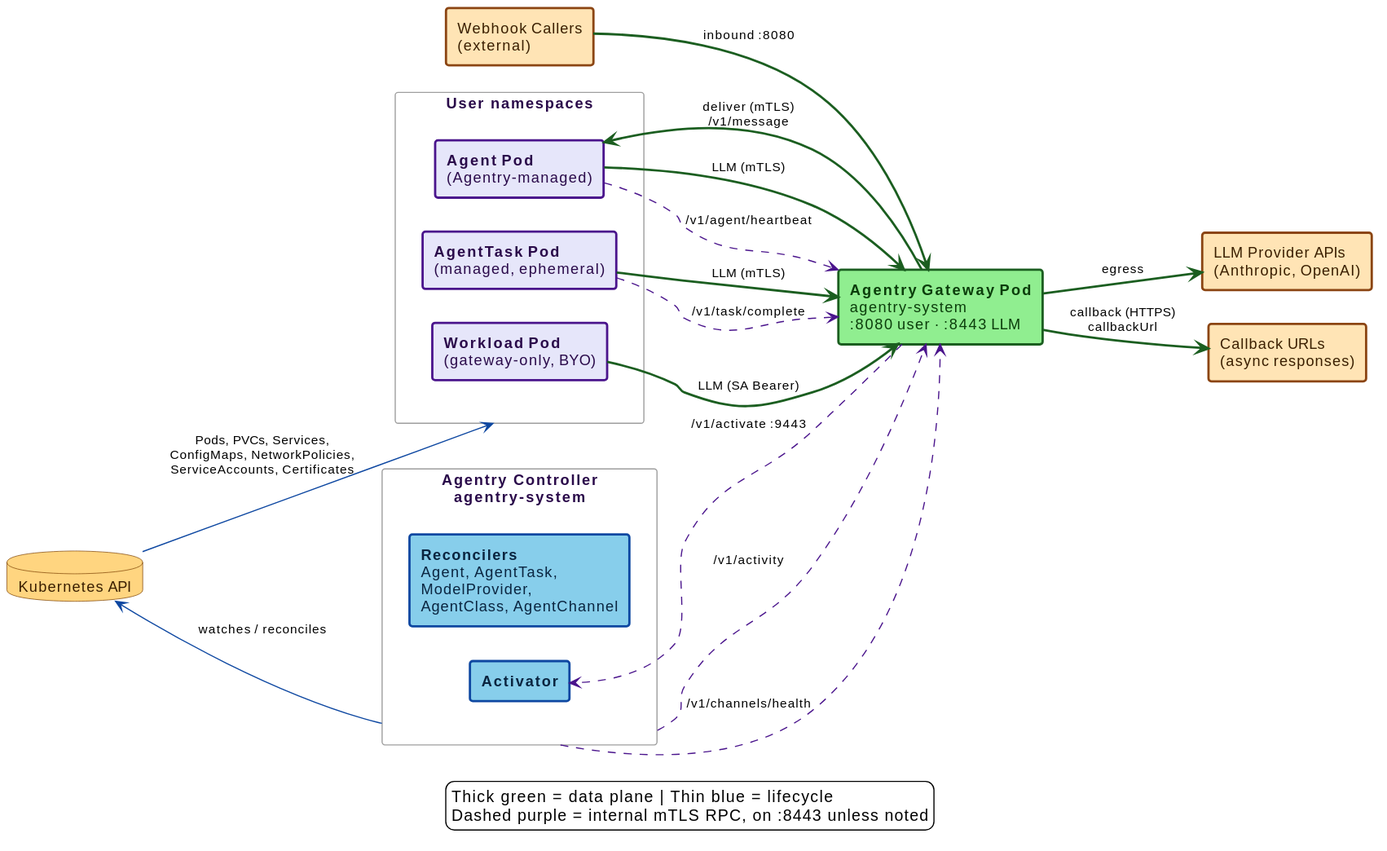
win07xp/kaalm keeps this PlantUML diagram as docs/src/diagrams/system-topology.svg. Above is the earlier version.
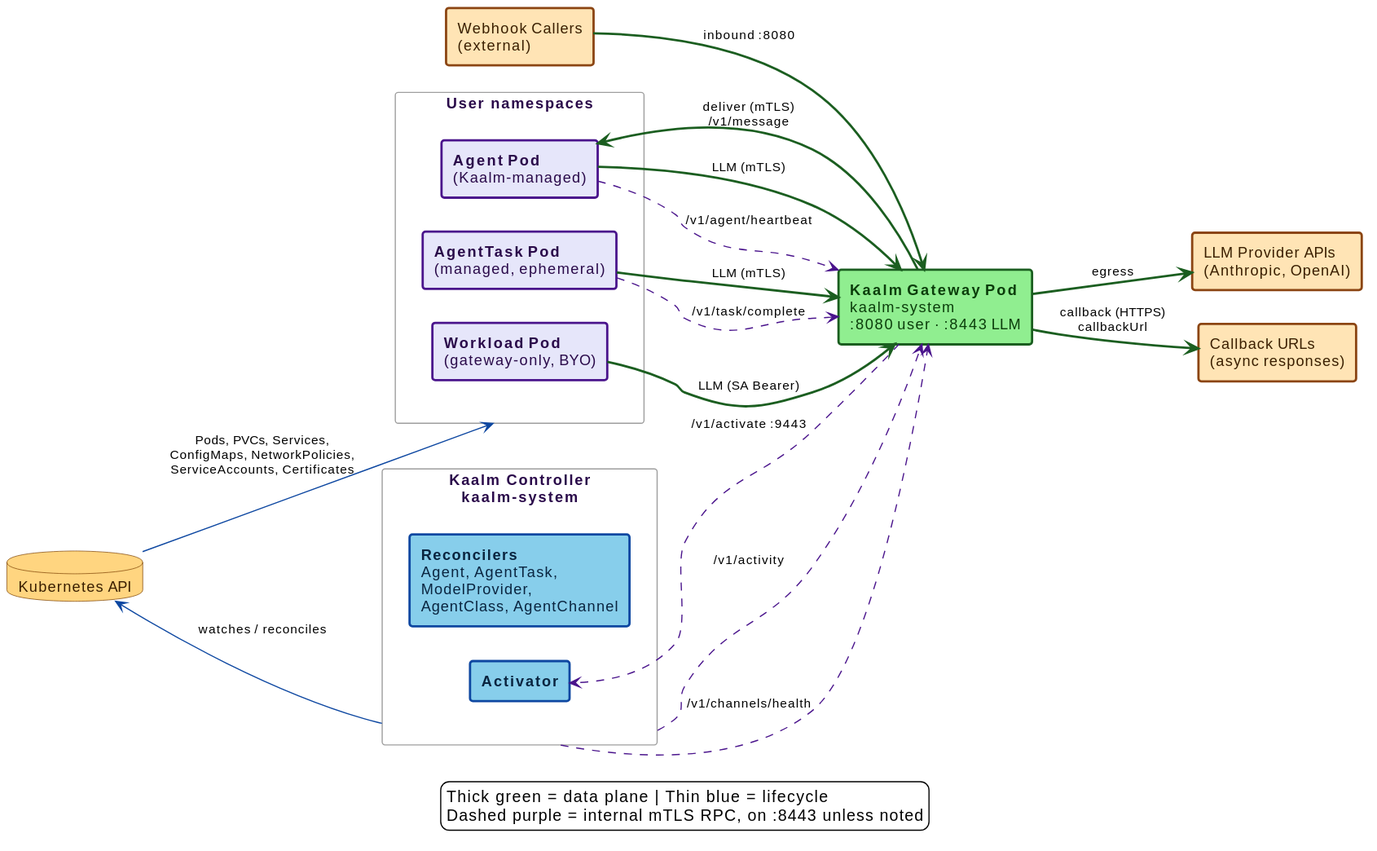
The same file after the commit.

Diff of the diagram source:
```diff
@@ -4,10 +4,10 @@
 
 rectangle "Webhook Callers\n(external)" as webhooks #back:FFE4B5;line:8B4513;line.bold;text:3a1f00
 
-rectangle "**Agentry Gateway Pod**\nagentry-system\n:8080 user · :8443 LLM" as gw #back:90EE90;line:1B5E20;line.bold;text:0b3d0b
+rectangle "**Kaalm Gateway Pod**\nkaalm-system\n:8080 user · :8443 LLM" as gw #back:90EE90;line:1B5E20;line.bold;text:0b3d0b
 
 rectangle "User namespaces" as users {
-  rectangle "**Agent Pod**\n(Agentry-managed)" as agentC #back:E6E6FA;line:4A148C;line.bold;text:2a0a4a
+  rectangle "**Agent Pod**\n(Kaalm-managed)" as agentC #back:E6E6FA;line:4A148C;line.bold;text:2a0a4a
   rectangle "**AgentTask Pod**\n(managed, ephemeral)" as agentTaskC #back:E6E6FA;line:4A148C;line.bold;text:2a0a4a
   rectangle "**Workload Pod**\n(gateway-only, BYO)" as workloadC #back:E6E6FA;line:4A148C;line.bold;text:2a0a4a
 }
@@ -15,7 +15,7 @@
 rectangle "LLM Provider APIs\n(Anthropic, OpenAI)" as providers #back:FFE4B5;line:8B4513;line.bold;text:3a1f00
 rectangle "Callback URLs\n(async responses)" as callbacks #back:FFE4B5;line:8B4513;line.bold;text:3a1f00
 
-rectangle "Agentry Controller\nagentry-system" as ctrl {
+rectangle "Kaalm Controller\nkaalm-system" as ctrl {
   rectangle "**Reconcilers**\nAgent, AgentTask,\nModelProvider,\nAgentClass, AgentChannel" as recs #back:87CEEB;line:0D47A1;line.bold;text:0a2540
   rectangle "**Activator**" as activator #back:87CEEB;line:0D47A1;line.bold;text:0a2540
 }
```
